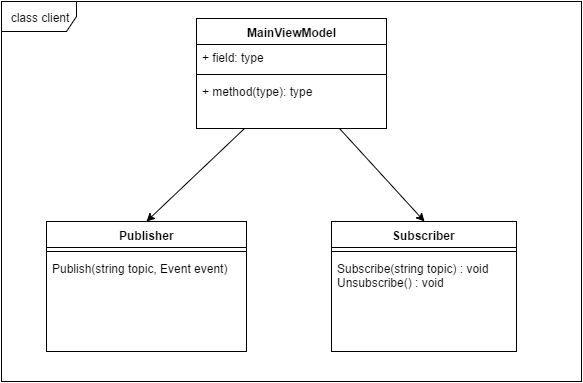
Before: Report/figure/client_class.png, a diagram exported from draw.io (Rotvig/Architecture-and-Design-of-Distributed-Dependable-Systems-TI-ARDI). Source tidied: cells renumbered, new cells last; positions are measured from the earlier drawing's top-left corner, leaving out a move shared by most shapes.
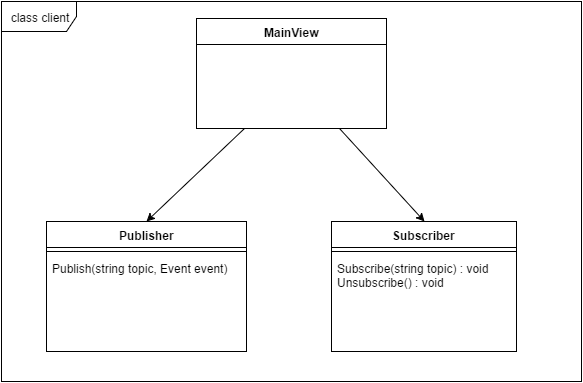
The same file after the commit.

Commit message:
Updated client class

The edit, as a diff of the source:
```diff
@@ -8,18 +8,9 @@
     <mxCell id="3" style="rounded=0;html=1;exitX=0.75;exitY=1;entryX=0.5;entryY=0;jettySize=auto;" parent="1" edge="1" source="4" target="8">
       <mxGeometry relative="1" as="geometry" />
     </mxCell>
-    <mxCell id="4" value="MainViewModel" style="swimlane;html=1;fontStyle=1;align=center;verticalAlign=top;horizontal=1;startSize=26;swimlaneFillColor=#ffffff;" parent="1" vertex="1">
+    <mxCell id="4" value="MainView" style="swimlane;html=1;fontStyle=1;align=center;verticalAlign=top;horizontal=1;startSize=26;swimlaneFillColor=#ffffff;" parent="1" vertex="1">
       <mxGeometry x="195" y="17" width="190" height="110" as="geometry" />
     </mxCell>
-    <mxCell id="5" value="+ field: type" style="text;html=1;strokeColor=none;fillColor=none;align=left;verticalAlign=top;spacingLeft=4;spacingRight=4;whiteSpace=wrap;overflow=hidden;" parent="4" vertex="1">
-      <mxGeometry y="26" width="190" height="26" as="geometry" />
-    </mxCell>
-    <mxCell id="6" style="line;html=1;strokeWidth=1;fillColor=none;align=left;verticalAlign=middle;spacingTop=-1;spacingLeft=3;spacingRight=3;labelPosition=right;" parent="4" vertex="1">
-      <mxGeometry y="52" width="190" height="8" as="geometry" />
-    </mxCell>
-    <mxCell id="7" value="+ method(type): type" style="text;html=1;strokeColor=none;fillColor=none;align=left;verticalAlign=top;spacingLeft=4;spacingRight=4;whiteSpace=wrap;overflow=hidden;" parent="4" vertex="1">
-      <mxGeometry y="60" width="190" height="26" as="geometry" />
-    </mxCell>
     <mxCell id="8" value="Subscriber" style="swimlane;html=1;fontStyle=1;align=center;verticalAlign=top;horizontal=1;startSize=26;swimlaneFillColor=#ffffff;" parent="1" vertex="1">
       <mxGeometry x="330" y="220" width="185" height="130" as="geometry" />
     </mxCell>
```
